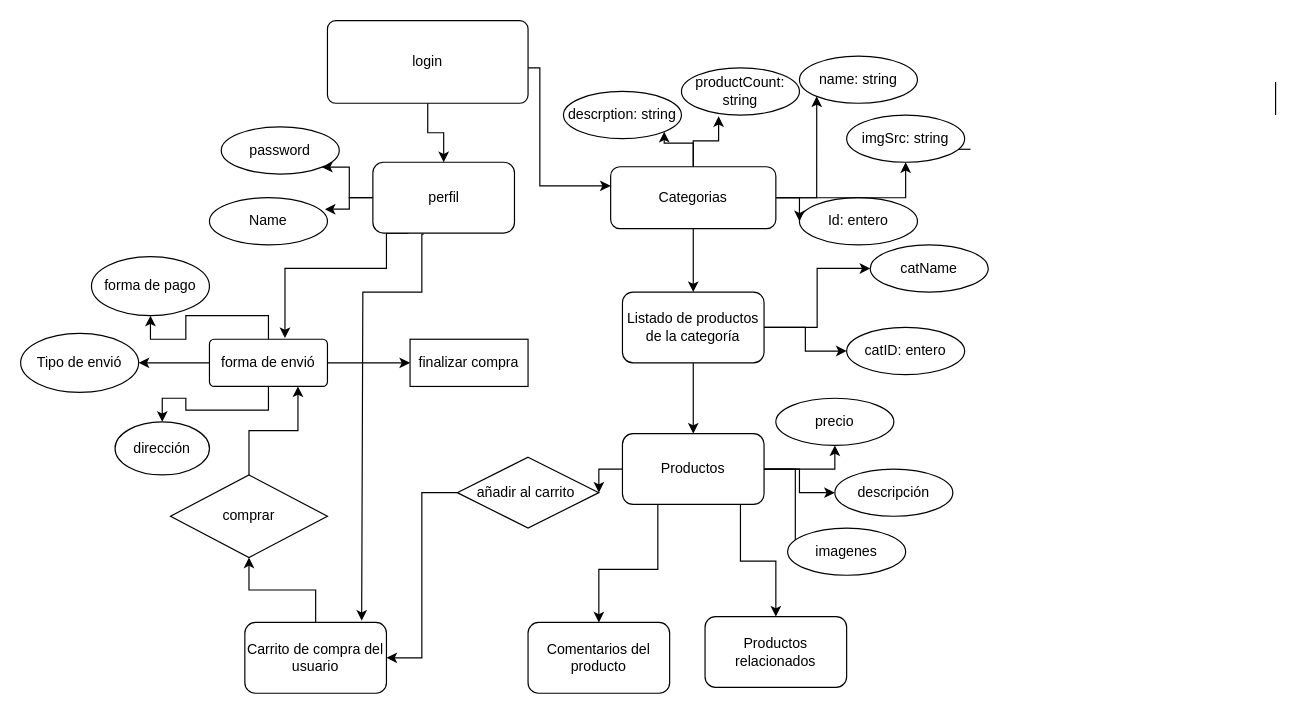
Above: Diagrama sin título.drawio in maglisg/e_commerce (draw.io), before the change. Source tidied: cells renumbered, new cells numbered last; positions are measured from the earlier drawing's top-left corner, leaving out a move shared by most shapes. Both pictures are drawn from the tidied source at 118%, with x=0, y=0 at pixel (20, 20).
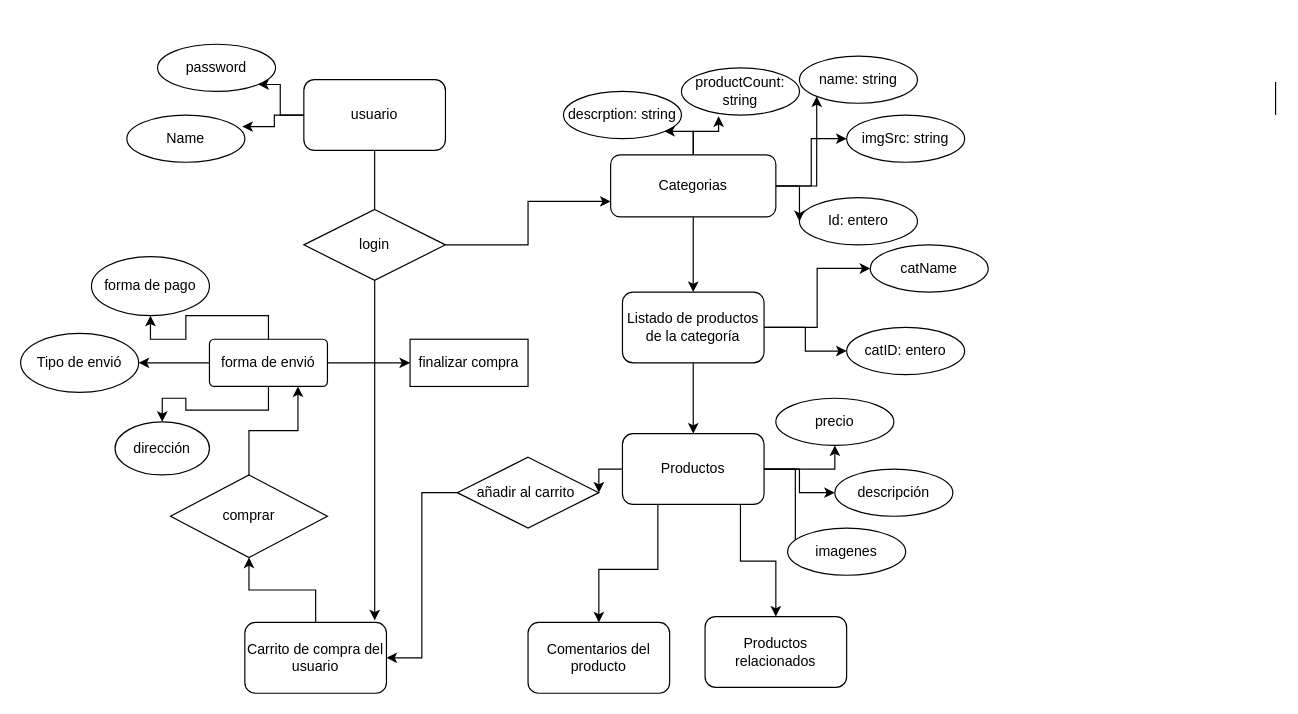
Above is the later version.

The change refers to these unchanged cells:
```xml
<mxCell id="19" value="Carrito de compra del usuario" style="rounded=1;whiteSpace=wrap;html=1;" parent="1" vertex="1">
  <mxGeometry x="190" y="510" width="120" height="60" as="geometry" />
</mxCell>
<mxCell id="46" value="forma de envió" style="rounded=1;arcSize=10;whiteSpace=wrap;html=1;align=center;" parent="1" vertex="1">
  <mxGeometry x="160" y="270" width="100" height="40" as="geometry" />
</mxCell>
```

The edit, as a diff of the source:
```diff
@@
+    <mxCell id="24" style="endArrow=none;html=1;rounded=0;entryX=0.408;entryY=1.033;entryDx=0;entryDy=0;entryPerimeter=0;" parent="1" edge="1">
+      <mxGeometry relative="1" as="geometry">
+        <mxPoint x="1063.5" y="80" as="sourcePoint" />
+        <mxPoint x="1063.5" y="52" as="targetPoint" />
+      </mxGeometry>
+    </mxCell>
@@
-    <mxCell id="24" style="endArrow=none;html=1;rounded=0;entryX=0.408;entryY=1.033;entryDx=0;entryDy=0;entryPerimeter=0;" parent="1" edge="1">
-      <mxGeometry relative="1" as="geometry">
-        <mxPoint x="1063.5" y="80" as="sourcePoint" />
-        <mxPoint x="1063.5" y="52" as="targetPoint" />
-      </mxGeometry>
-    </mxCell>
-    <mxCell id="25" style="endArrow=none;html=1;rounded=0;" parent="1" edge="1">
-      <mxGeometry relative="1" as="geometry">
-        <mxPoint x="790" y="109" as="sourcePoint" />
-        <mxPoint x="805" y="109" as="targetPoint" />
-      </mxGeometry>
-    </mxCell>
@@
     <mxCell id="32" value="Categorias" style="rounded=1;whiteSpace=wrap;html=1;" parent="1" vertex="1">
-      <mxGeometry x="500" y="123.8" width="140" height="52.5" as="geometry" />
+      <mxGeometry x="500" y="113.8" width="140" height="52.5" as="geometry" />
     </mxCell>
-    <mxCell id="33" style="edgeStyle=orthogonalEdgeStyle;rounded=0;jettySize=auto;html=1;exitX=0.25;exitY=1;exitDx=0;exitDy=0;entryX=0.64;entryY=-0.025;entryDx=0;entryDy=0;entryPerimeter=0;" parent="1" edge="1" source="37" target="46">
-      <mxGeometry relative="1" as="geometry">
-        <Array as="points">
-          <mxPoint x="310" y="180" />
-          <mxPoint x="310" y="210" />
-          <mxPoint x="224" y="210" />
-        </Array>
-      </mxGeometry>
-    </mxCell>
@@
-    <mxCell id="36" style="edgeStyle=orthogonalEdgeStyle;rounded=0;jettySize=auto;html=1;exitX=0.358;exitY=1.017;exitDx=0;exitDy=0;exitPerimeter=0;entryX=0.825;entryY=-0.025;entryDx=0;entryDy=0;entryPerimeter=0;" parent="1" edge="1" source="37" target="19">
-      <mxGeometry relative="1" as="geometry">
-        <Array as="points">
-          <mxPoint x="340" y="181" />
-          <mxPoint x="340" y="230" />
-          <mxPoint x="290" y="230" />
-        </Array>
-      </mxGeometry>
-    </mxCell>
-    <mxCell id="37" value="perfil" style="rounded=1;whiteSpace=wrap;html=1;" parent="1" vertex="1">
-      <mxGeometry x="298.5" y="120" width="120" height="60" as="geometry" />
+    <mxCell id="37" value="usuario" style="rounded=1;whiteSpace=wrap;html=1;" parent="1" vertex="1">
+      <mxGeometry x="240" y="50" width="120" height="60" as="geometry" />
     </mxCell>
     <mxCell id="38" value="password" style="ellipse;whiteSpace=wrap;html=1;align=center;" parent="1" vertex="1">
-      <mxGeometry x="170" y="90" width="100" height="40" as="geometry" />
+      <mxGeometry x="116" y="20" width="100" height="40" as="geometry" />
     </mxCell>
     <mxCell id="39" value="Name" style="ellipse;whiteSpace=wrap;html=1;align=center;" parent="1" vertex="1">
-      <mxGeometry x="160" y="150" width="100" height="40" as="geometry" />
+      <mxGeometry x="90" y="80" width="100" height="40" as="geometry" />
     </mxCell>
@@
-    <mxCell id="50" style="edgeStyle=orthogonalEdgeStyle;rounded=0;jettySize=auto;html=1;" parent="1" edge="1" source="52" target="37">
-      <mxGeometry relative="1" as="geometry" />
-    </mxCell>
-    <mxCell id="51" style="edgeStyle=orthogonalEdgeStyle;rounded=0;jettySize=auto;html=1;" parent="1" edge="1" source="52" target="32">
-      <mxGeometry relative="1" as="geometry">
-        <Array as="points">
-          <mxPoint x="440" y="40" />
-          <mxPoint x="440" y="140" />
-        </Array>
-      </mxGeometry>
-    </mxCell>
-    <mxCell id="52" value="login" style="rounded=1;arcSize=10;whiteSpace=wrap;html=1;align=center;" parent="1" vertex="1">
-      <mxGeometry x="260" width="170" height="70" as="geometry" />
-    </mxCell>
@@
+    <mxCell id="59" style="edgeStyle=orthogonalEdgeStyle;rounded=0;jettySize=auto;html=1;endArrow=none;" parent="1" edge="1" source="37" target="52">
+      <mxGeometry relative="1" as="geometry" />
+    </mxCell>
+    <mxCell id="60" style="edgeStyle=orthogonalEdgeStyle;rounded=0;jettySize=auto;html=1;entryX=0.917;entryY=-0.029;entryDx=0;entryDy=0;entryPerimeter=0;" parent="1" edge="1" source="52" target="19">
+      <mxGeometry relative="1" as="geometry" />
+    </mxCell>
+    <mxCell id="51" style="edgeStyle=orthogonalEdgeStyle;rounded=0;jettySize=auto;html=1;entryX=0;entryY=0.75;entryDx=0;entryDy=0;" parent="1" edge="1" source="52" target="32">
+      <mxGeometry relative="1" as="geometry" />
+    </mxCell>
+    <mxCell id="52" value="login" style="shape=rhombus;perimeter=rhombusPerimeter;whiteSpace=wrap;html=1;align=center;" parent="1" vertex="1">
+      <mxGeometry x="240" y="160" width="120" height="60" as="geometry" />
+    </mxCell>
```
